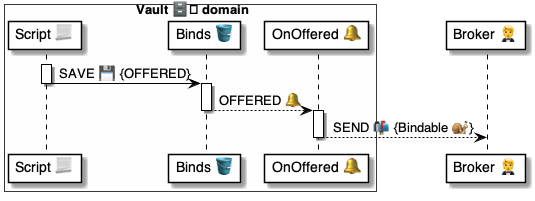
Before: 4 ⚙️ Solution/41 🎭 Domain Roles/Vaults 🗄️/🗄️🪣 Vault tables/Binds 🔗 table/🪣🔔 1 Offered/🗄️ OnBindOffered ⚙️ uml.png, a diagram exported from PlantUML (pollyweb-org/pollyweb-docs). Its source is kept beside it as 4 ⚙️ Solution/41 🎭 Domain Roles/Vaults 🗄️/🗄️🪣 Vault tables/Binds 🔗 table/🪣🔔 1 Offered/🗄️ OnBindOffered ⚙️ uml.puml. Its diagram source:
```plantuml
@startuml OnBindOffered


box Vault 🗄️ domain #FFFFFA
    participant "Script 📃" as script
    participant "Binds 🪣" as binds
    participant "OnOffered 🔔" as trigger
end box

participant "Broker 🤵" as broker


activate script
    script -> binds: SAVE 💾 {OFFERED}
deactivate script

activate binds
    binds --> trigger: OFFERED 🔔
deactivate binds

activate trigger
    trigger --> broker: SEND 📬 {Bindable 🐌}
deactivate trigger


@enduml
```
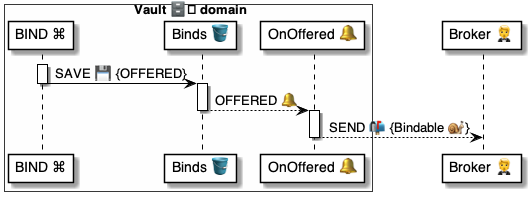
Above is the later version.

Change to the diagram source:
```diff
@@ -2,7 +2,7 @@
 
 
 box Vault 🗄️ domain #FFFFFA
-    participant "Script 📃" as script
+    participant "BIND ⌘" as script
     participant "Binds 🪣" as binds
     participant "OnOffered 🔔" as trigger
 end box
```
